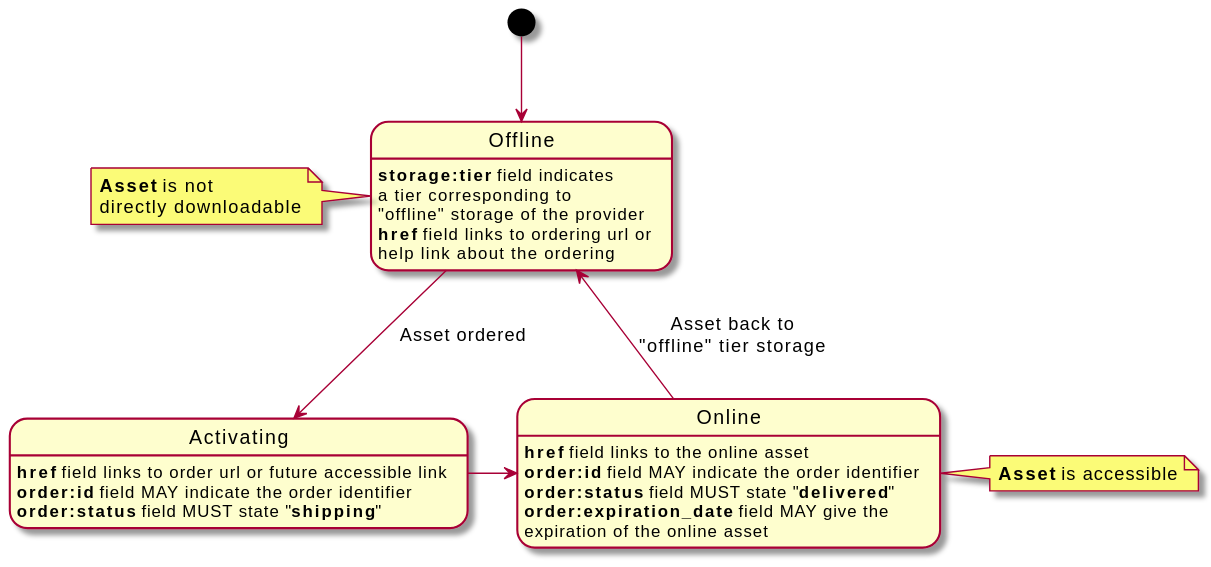
Above: images/diagrams/activate-offline/activate-offline.svg in stac-extensions/order (PlantUML), before the change. Its diagram source:
```plantuml
@startuml

[*] --> Offline
Offline --> Activating : Asset ordered
note left of Offline : **Asset** is not\ndirectly downloadable
Offline : **storage:tier** field indicates\na tier corresponding to\n"offline" storage of the provider
Offline : **href** field links to ordering url or\nhelp link about the ordering

Activating -> Online
Activating : **href** field links to order url or future accessible link
Activating : **order:id** field MAY indicate the order identifier
Activating : **order:status** field MUST state "**shipping**"


note right of Online : **Asset** is accessible

Online -> Offline : Asset back to\n"offline" tier storage
Online : **href** field links to the online asset
Online : **order:id** field MAY indicate the order identifier
Online : **order:status** field MUST state "**delivered**"
Online : **order:expiration_date** field MAY give the\nexpiration of the online asset

@enduml
```
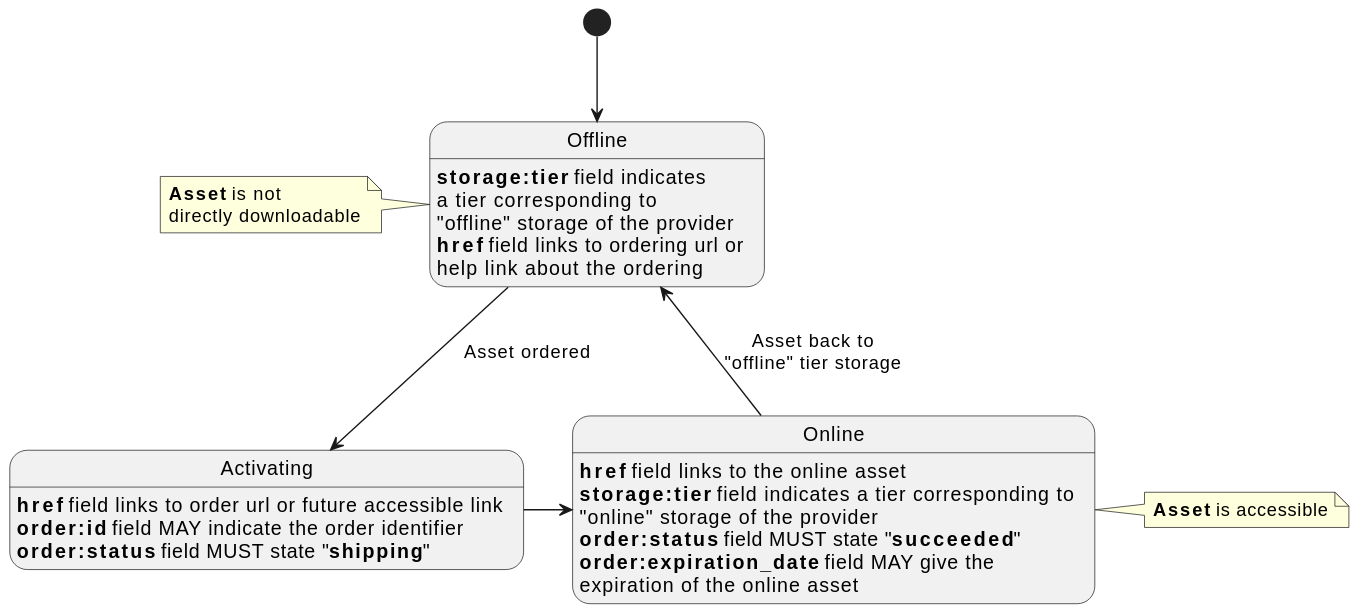
After the commit.

The edit, as a diff of the source:
```diff
@@ -16,8 +16,8 @@
 
 Online -> Offline : Asset back to\n"offline" tier storage
 Online : **href** field links to the online asset
-Online : **order:id** field MAY indicate the order identifier
-Online : **order:status** field MUST state "**delivered**"
+Online : **storage:tier** field indicates a tier corresponding to\n"online" storage of the provider
+Online : **order:status** field MUST state "**succeeded**"
 Online : **order:expiration_date** field MAY give the\nexpiration of the online asset
 
 @enduml
```
